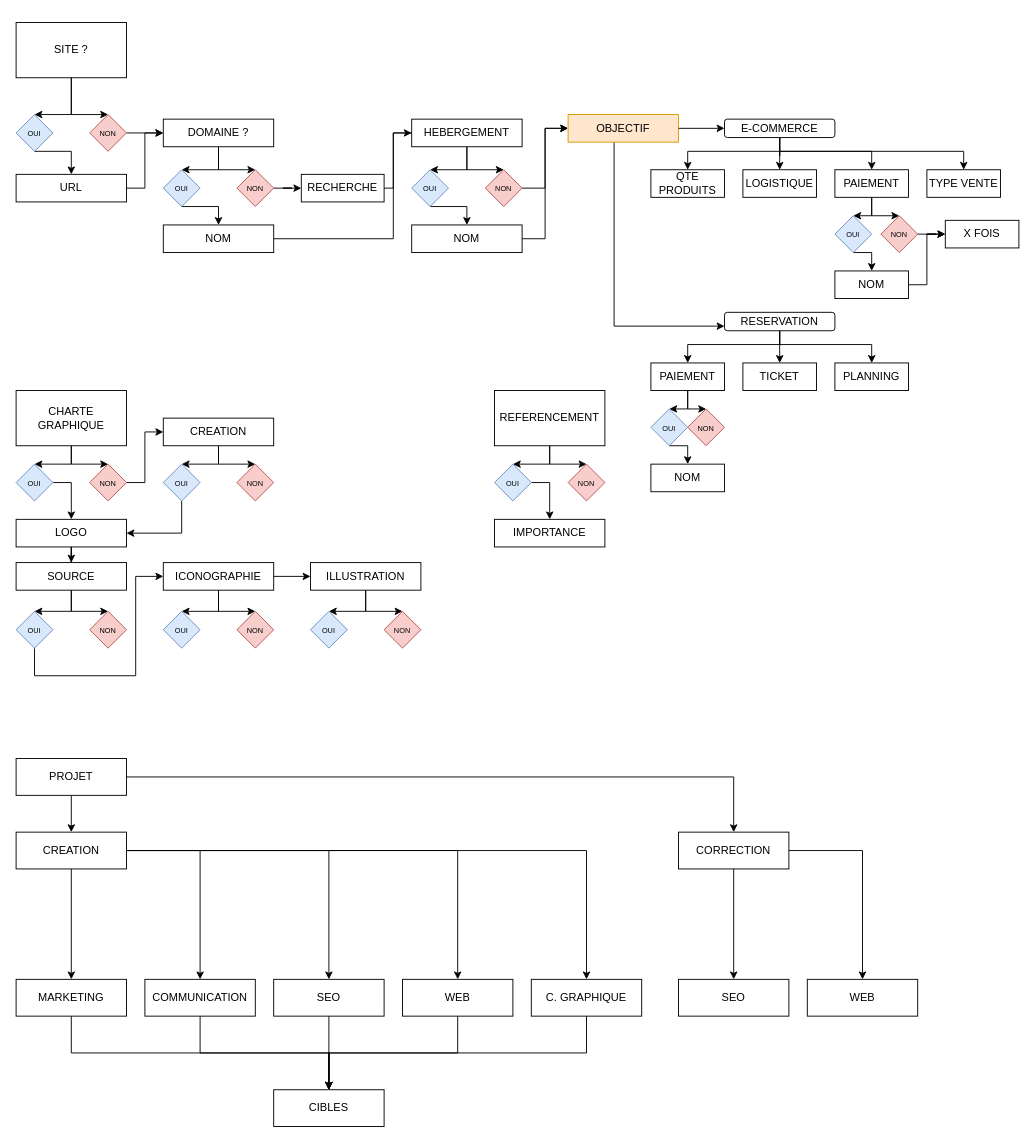
This is Webcharte.drawio from webcharte/webcharte, a draw.io file, before an edit. Source tidied: cells renumbered, new cells numbered last; positions are measured from the earlier drawing's top-left corner, leaving out a move shared by most shapes. Both pictures are drawn from the tidied source at 92%, with x=0, y=0 at pixel (16, 22).
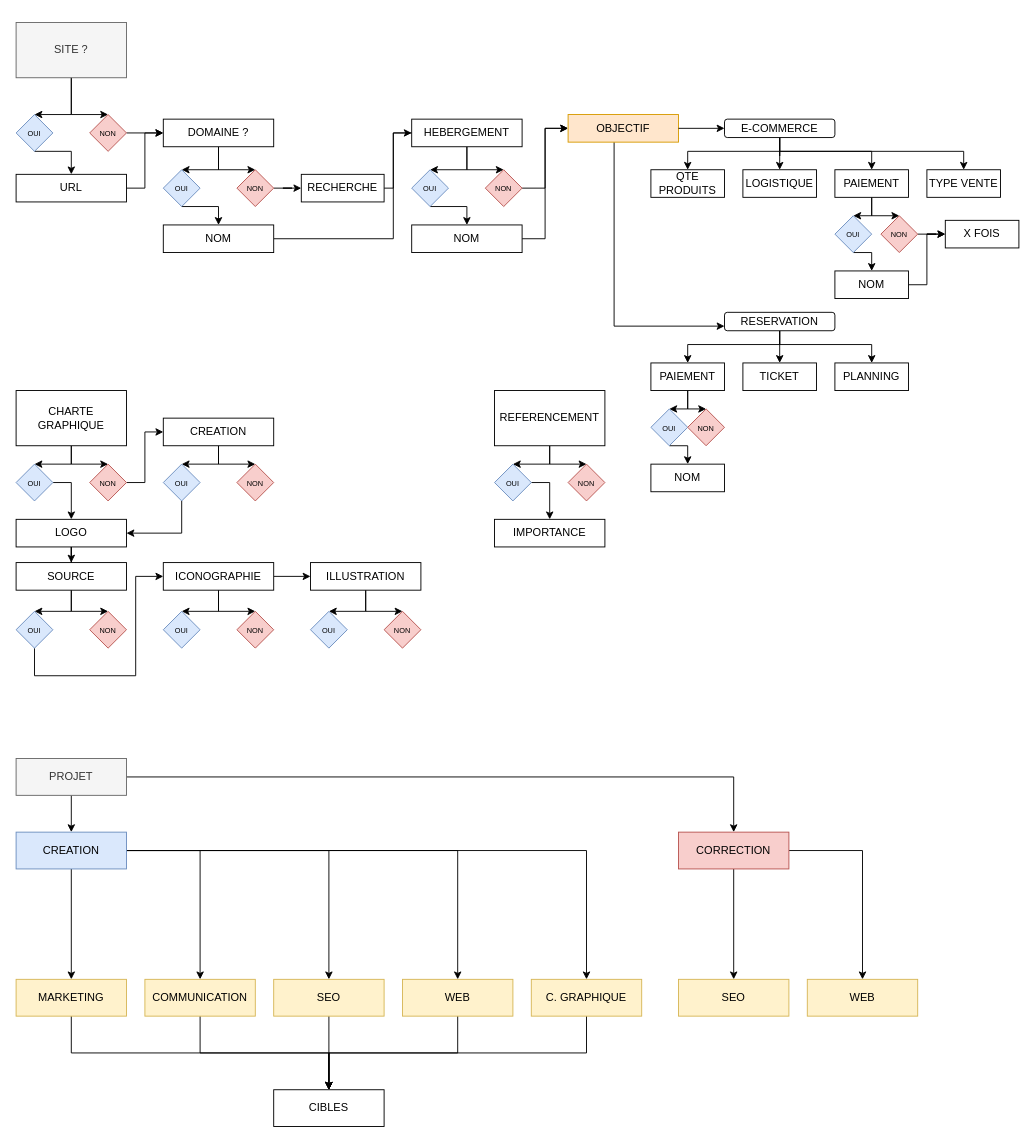
The same page after the edit.

Commit message:
Mettre à jour Webcharte.drawio

What changed in the source:
```diff
@@
-    <mxCell id="4" value="SITE ?" style="rounded=0;whiteSpace=wrap;html=1;direction=west;" parent="1" vertex="1">
+    <mxCell id="4" value="SITE ?" style="rounded=0;whiteSpace=wrap;html=1;direction=west;fillColor=#f5f5f5;fontColor=#333333;strokeColor=#666666;" parent="1" vertex="1">
       <mxGeometry width="120" height="60" as="geometry" />
     </mxCell>
@@
-    <mxCell id="106" value="PROJET" style="rounded=0;whiteSpace=wrap;html=1;" parent="1" vertex="1">
+    <mxCell id="106" value="PROJET" style="rounded=0;whiteSpace=wrap;html=1;fillColor=#f5f5f5;strokeColor=#666666;fontColor=#333333;" parent="1" vertex="1">
       <mxGeometry y="800" width="120" height="40" as="geometry" />
     </mxCell>
@@
-    <mxCell id="108" value="WEB" style="rounded=0;whiteSpace=wrap;html=1;" parent="1" vertex="1">
+    <mxCell id="108" value="WEB" style="rounded=0;whiteSpace=wrap;html=1;fillColor=#fff2cc;strokeColor=#d6b656;" parent="1" vertex="1">
       <mxGeometry x="420" y="1040" width="120" height="40" as="geometry" />
     </mxCell>
@@
-    <mxCell id="114" value="CREATION" style="rounded=0;whiteSpace=wrap;html=1;" parent="1" vertex="1">
+    <mxCell id="114" value="CREATION" style="rounded=0;whiteSpace=wrap;html=1;fillColor=#dae8fc;strokeColor=#6c8ebf;" parent="1" vertex="1">
       <mxGeometry y="880" width="120" height="40" as="geometry" />
     </mxCell>
@@
-    <mxCell id="117" value="CORRECTION" style="rounded=0;whiteSpace=wrap;html=1;" parent="1" vertex="1">
+    <mxCell id="117" value="CORRECTION" style="rounded=0;whiteSpace=wrap;html=1;fillColor=#f8cecc;strokeColor=#b85450;" parent="1" vertex="1">
       <mxGeometry x="720" y="880" width="120" height="40" as="geometry" />
     </mxCell>
@@
-    <mxCell id="119" value="COMMUNICATION" style="rounded=0;whiteSpace=wrap;html=1;" parent="1" vertex="1">
+    <mxCell id="119" value="COMMUNICATION" style="rounded=0;whiteSpace=wrap;html=1;fillColor=#fff2cc;strokeColor=#d6b656;" parent="1" vertex="1">
       <mxGeometry x="140" y="1040" width="120" height="40" as="geometry" />
     </mxCell>
-    <mxCell id="120" value="SEO" style="rounded=0;whiteSpace=wrap;html=1;" parent="1" vertex="1">
+    <mxCell id="120" value="SEO" style="rounded=0;whiteSpace=wrap;html=1;fillColor=#fff2cc;strokeColor=#d6b656;" parent="1" vertex="1">
       <mxGeometry x="720" y="1040" width="120" height="40" as="geometry" />
     </mxCell>
-    <mxCell id="121" value="WEB" style="rounded=0;whiteSpace=wrap;html=1;" parent="1" vertex="1">
+    <mxCell id="121" value="WEB" style="rounded=0;whiteSpace=wrap;html=1;fillColor=#fff2cc;strokeColor=#d6b656;" parent="1" vertex="1">
       <mxGeometry x="860" y="1040" width="120" height="40" as="geometry" />
     </mxCell>
@@
-    <mxCell id="123" value="SEO" style="rounded=0;whiteSpace=wrap;html=1;" parent="1" vertex="1">
+    <mxCell id="123" value="SEO" style="rounded=0;whiteSpace=wrap;html=1;fillColor=#fff2cc;strokeColor=#d6b656;" parent="1" vertex="1">
       <mxGeometry x="280" y="1040" width="120" height="40" as="geometry" />
     </mxCell>
@@
-    <mxCell id="125" value="C. GRAPHIQUE" style="rounded=0;whiteSpace=wrap;html=1;" parent="1" vertex="1">
+    <mxCell id="125" value="C. GRAPHIQUE" style="rounded=0;whiteSpace=wrap;html=1;fillColor=#fff2cc;strokeColor=#d6b656;" parent="1" vertex="1">
       <mxGeometry x="560" y="1040" width="120" height="40" as="geometry" />
     </mxCell>
@@
-    <mxCell id="127" value="MARKETING" style="rounded=0;whiteSpace=wrap;html=1;" parent="1" vertex="1">
+    <mxCell id="127" value="MARKETING" style="rounded=0;whiteSpace=wrap;html=1;fillColor=#fff2cc;strokeColor=#d6b656;" parent="1" vertex="1">
       <mxGeometry y="1040" width="120" height="40" as="geometry" />
     </mxCell>
```
